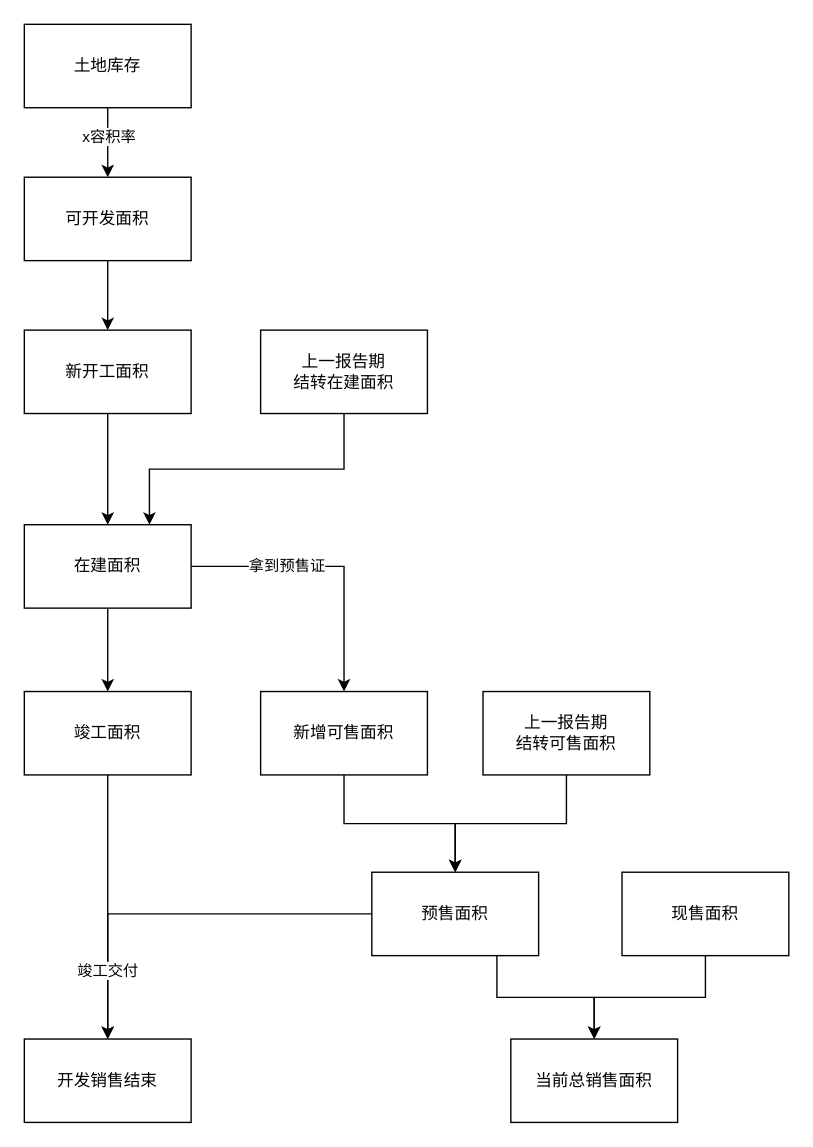
evagle/awesome keeps this draw.io diagram as 房地产开发各个面积定义和关系.drawio. Above is the earlier version. Source tidied: cells renumbered, new cells numbered last; positions are measured from the earlier drawing's top-left corner, leaving out a move shared by most shapes. Both pictures are drawn from the tidied source at 139%, with x=0, y=0 at pixel (24, 24).
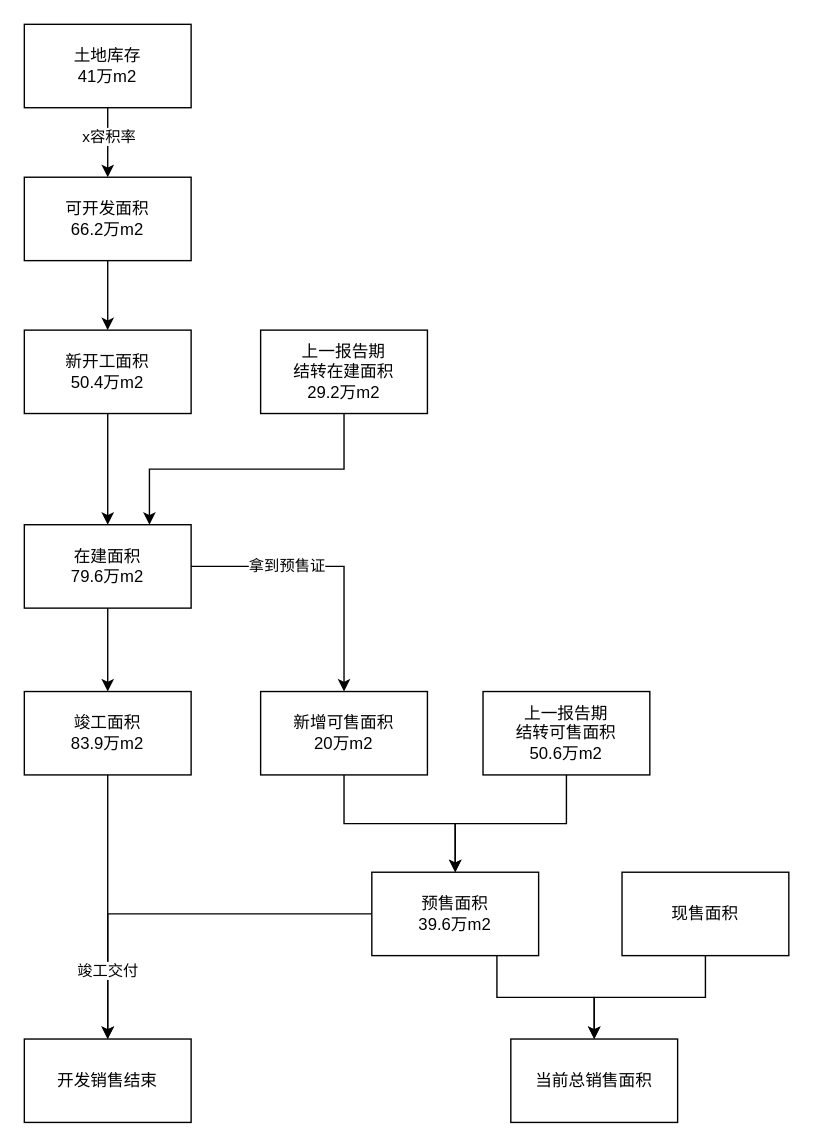
The same diagram, later.

Commit message (it also covers changes not shown here):
Update 房地产开发各个面积定义和关系.drawio

Diff of the diagram source:
```diff
@@
-    <mxCell id="4" value="土地库存" style="rounded=0;whiteSpace=wrap;html=1;" parent="1" vertex="1">
+    <mxCell id="4" value="土地库存&lt;br&gt;41万m2" style="rounded=0;whiteSpace=wrap;html=1;" parent="1" vertex="1">
       <mxGeometry width="120" height="60" as="geometry" />
     </mxCell>
@@
-    <mxCell id="6" value="可开发面积" style="rounded=0;whiteSpace=wrap;html=1;" parent="1" vertex="1">
+    <mxCell id="6" value="可开发面积&lt;br&gt;66.2万m2" style="rounded=0;whiteSpace=wrap;html=1;" parent="1" vertex="1">
       <mxGeometry y="110" width="120" height="60" as="geometry" />
     </mxCell>
@@
-    <mxCell id="8" value="新开工面积" style="rounded=0;whiteSpace=wrap;html=1;" parent="1" vertex="1">
+    <mxCell id="8" value="新开工面积&lt;br&gt;50.4万m2" style="rounded=0;whiteSpace=wrap;html=1;" parent="1" vertex="1">
       <mxGeometry y="220" width="120" height="60" as="geometry" />
     </mxCell>
@@
-    <mxCell id="10" value="上一报告期&lt;div&gt;&lt;span style=&quot;background-color: initial;&quot;&gt;结转在建面积&lt;/span&gt;&lt;/div&gt;" style="rounded=0;whiteSpace=wrap;html=1;" parent="1" vertex="1">
+    <mxCell id="10" value="上一报告期&lt;div&gt;&lt;span style=&quot;background-color: initial;&quot;&gt;结转在建面积&lt;br&gt;29.2&lt;/span&gt;&lt;span style=&quot;background-color: initial;&quot;&gt;万m2&lt;/span&gt;&lt;/div&gt;" style="rounded=0;whiteSpace=wrap;html=1;" parent="1" vertex="1">
       <mxGeometry x="170" y="220" width="120" height="60" as="geometry" />
     </mxCell>
@@
-    <mxCell id="14" value="在建面积" style="rounded=0;whiteSpace=wrap;html=1;" parent="1" vertex="1">
+    <mxCell id="14" value="在建面积&lt;br&gt;79.6万m2" style="rounded=0;whiteSpace=wrap;html=1;" parent="1" vertex="1">
       <mxGeometry y="360" width="120" height="60" as="geometry" />
     </mxCell>
@@
-    <mxCell id="16" value="竣工面积" style="rounded=0;whiteSpace=wrap;html=1;" parent="1" vertex="1">
+    <mxCell id="16" value="竣工面积&lt;br&gt;83.9万m2" style="rounded=0;whiteSpace=wrap;html=1;" parent="1" vertex="1">
       <mxGeometry y="480" width="120" height="60" as="geometry" />
     </mxCell>
@@
-    <mxCell id="18" value="上一报告期&lt;br&gt;结转可售面积" style="rounded=0;whiteSpace=wrap;html=1;" parent="1" vertex="1">
+    <mxCell id="18" value="上一报告期&lt;br&gt;结转可售面积&lt;br&gt;50.6万m2" style="rounded=0;whiteSpace=wrap;html=1;" parent="1" vertex="1">
       <mxGeometry x="330" y="480" width="120" height="60" as="geometry" />
     </mxCell>
@@
-    <mxCell id="20" value="新增可售面积" style="rounded=0;whiteSpace=wrap;html=1;" parent="1" vertex="1">
+    <mxCell id="20" value="新增可售面积&lt;br&gt;20万m2" style="rounded=0;whiteSpace=wrap;html=1;" parent="1" vertex="1">
       <mxGeometry x="170" y="480" width="120" height="60" as="geometry" />
     </mxCell>
@@
-    <mxCell id="24" value="预售面积" style="rounded=0;whiteSpace=wrap;html=1;" parent="1" vertex="1">
+    <mxCell id="24" value="预售面积&lt;br&gt;39.6万m2" style="rounded=0;whiteSpace=wrap;html=1;" parent="1" vertex="1">
       <mxGeometry x="250" y="610" width="120" height="60" as="geometry" />
     </mxCell>
```
